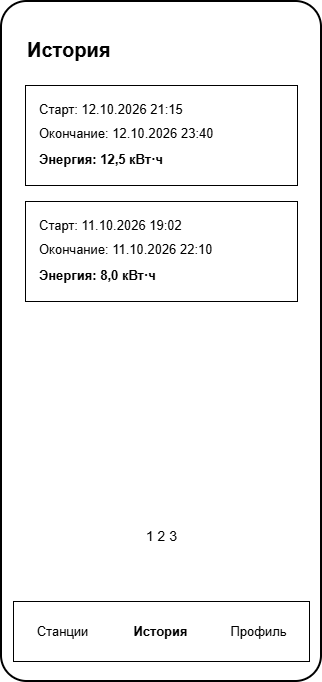
The draw.io diagram Диаграммы/История (2.9).png in PetrachkovArtem/diplom, before a commit. Source tidied: cells renumbered, new cells last; positions are measured from the earlier drawing's top-left corner, leaving out a move shared by most shapes.
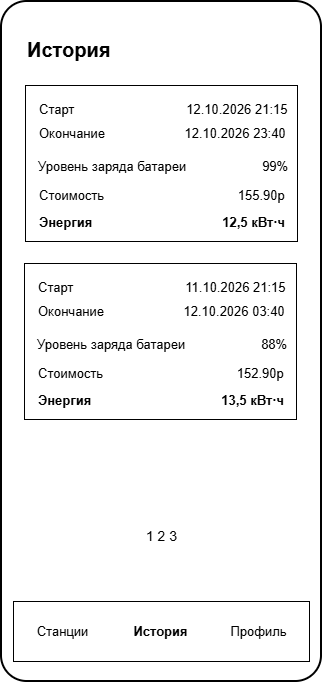
After the change.

The edit, as a diff of the source:
```diff
@@ -9,29 +9,17 @@
       <mxGeometry x="24" y="30" width="272" height="36" as="geometry" />
     </mxCell>
     <mxCell id="4" style="rounded=0;whiteSpace=wrap;html=1;fillColor=#ffffff;strokeColor=#000000;" parent="1" vertex="1">
-      <mxGeometry x="24" y="84" width="272" height="100" as="geometry" />
+      <mxGeometry x="24" y="84" width="272" height="156" as="geometry" />
     </mxCell>
-    <mxCell id="5" value="Старт: 12.10.2026 21:15" style="text;html=1;align=left;fontSize=13;" parent="1" vertex="1">
+    <mxCell id="5" value="Старт&amp;nbsp; &amp;nbsp; &amp;nbsp; &amp;nbsp; &amp;nbsp; &amp;nbsp; &amp;nbsp; &amp;nbsp; &amp;nbsp; &amp;nbsp; &amp;nbsp; &amp;nbsp; &amp;nbsp; &amp;nbsp; &amp;nbsp; &amp;nbsp;12.10.2026 21:15" style="text;html=1;align=left;fontSize=13;" parent="1" vertex="1">
       <mxGeometry x="36" y="94" width="248" height="22" as="geometry" />
     </mxCell>
-    <mxCell id="6" value="Окончание: 12.10.2026 23:40" style="text;html=1;align=left;fontSize=13;" parent="1" vertex="1">
+    <mxCell id="6" value="Окончание&amp;nbsp; &amp;nbsp; &amp;nbsp; &amp;nbsp; &amp;nbsp; &amp;nbsp; &amp;nbsp; &amp;nbsp; &amp;nbsp; &amp;nbsp; &amp;nbsp; 12.10.2026 23:40" style="text;html=1;align=left;fontSize=13;" parent="1" vertex="1">
       <mxGeometry x="36" y="118" width="248" height="22" as="geometry" />
     </mxCell>
-    <mxCell id="7" value="Энергия: 12,5 кВт·ч" style="text;html=1;align=left;fontSize=13;fontStyle=1;" parent="1" vertex="1">
-      <mxGeometry x="36" y="144" width="248" height="22" as="geometry" />
+    <mxCell id="7" value="Энергия&amp;nbsp; &amp;nbsp; &amp;nbsp; &amp;nbsp; &amp;nbsp; &amp;nbsp; &amp;nbsp; &amp;nbsp; &amp;nbsp; &amp;nbsp; &amp;nbsp; &amp;nbsp; &amp;nbsp; &amp;nbsp; &amp;nbsp; &amp;nbsp; &amp;nbsp; &amp;nbsp; 12,5 кВт·ч" style="text;html=1;align=left;fontSize=13;fontStyle=1;" parent="1" vertex="1">
+      <mxGeometry x="36" y="207" width="248" height="22" as="geometry" />
     </mxCell>
-    <mxCell id="8" style="rounded=0;whiteSpace=wrap;html=1;fillColor=#ffffff;strokeColor=#000000;" parent="1" vertex="1">
-      <mxGeometry x="24" y="200" width="272" height="100" as="geometry" />
-    </mxCell>
-    <mxCell id="9" value="Старт: 11.10.2026 19:02" style="text;html=1;align=left;fontSize=13;" parent="1" vertex="1">
-      <mxGeometry x="36" y="210" width="248" height="22" as="geometry" />
-    </mxCell>
-    <mxCell id="10" value="Окончание: 11.10.2026 22:10" style="text;html=1;align=left;fontSize=13;" parent="1" vertex="1">
-      <mxGeometry x="36" y="234" width="248" height="22" as="geometry" />
-    </mxCell>
-    <mxCell id="11" value="Энергия: 8,0 кВт·ч" style="text;html=1;align=left;fontSize=13;fontStyle=1;" parent="1" vertex="1">
-      <mxGeometry x="36" y="260" width="248" height="22" as="geometry" />
-    </mxCell>
     <mxCell id="12" value="1    2    3" style="text;html=1;align=center;fontSize=14;" parent="1" vertex="1">
       <mxGeometry x="24" y="520" width="272" height="28" as="geometry" />
     </mxCell>
@@ -47,5 +35,29 @@
     <mxCell id="16" value="Профиль" style="text;html=1;align=center;fontSize=13;" parent="1" vertex="1">
       <mxGeometry x="208" y="616" width="98" height="28" as="geometry" />
     </mxCell>
+    <mxCell id="17" value="Уровень заряда батареи&amp;nbsp; &amp;nbsp; &amp;nbsp; &amp;nbsp; &amp;nbsp; &amp;nbsp; &amp;nbsp; &amp;nbsp; &amp;nbsp; &amp;nbsp; &amp;nbsp;99%" style="text;html=1;align=left;fontSize=13;" parent="1" vertex="1">
+      <mxGeometry x="35" y="151" width="248" height="22" as="geometry" />
+    </mxCell>
+    <mxCell id="18" value="Стоимость&amp;nbsp; &amp;nbsp; &amp;nbsp; &amp;nbsp; &amp;nbsp; &amp;nbsp; &amp;nbsp; &amp;nbsp; &amp;nbsp; &amp;nbsp; &amp;nbsp; &amp;nbsp; &amp;nbsp; &amp;nbsp; &amp;nbsp; &amp;nbsp; &amp;nbsp; &amp;nbsp; &amp;nbsp;155.90р" style="text;html=1;align=left;fontSize=13;" parent="1" vertex="1">
+      <mxGeometry x="36" y="180" width="248" height="22" as="geometry" />
+    </mxCell>
+    <mxCell id="19" style="rounded=0;whiteSpace=wrap;html=1;fillColor=#ffffff;strokeColor=#000000;" parent="1" vertex="1">
+      <mxGeometry x="23" y="262" width="272" height="156" as="geometry" />
+    </mxCell>
+    <mxCell id="20" value="Старт&amp;nbsp; &amp;nbsp; &amp;nbsp; &amp;nbsp; &amp;nbsp; &amp;nbsp; &amp;nbsp; &amp;nbsp; &amp;nbsp; &amp;nbsp; &amp;nbsp; &amp;nbsp; &amp;nbsp; &amp;nbsp; &amp;nbsp; &amp;nbsp;11.10.2026 21:15" style="text;html=1;align=left;fontSize=13;" parent="1" vertex="1">
+      <mxGeometry x="35" y="272" width="248" height="22" as="geometry" />
+    </mxCell>
+    <mxCell id="21" value="Окончание&amp;nbsp; &amp;nbsp; &amp;nbsp; &amp;nbsp; &amp;nbsp; &amp;nbsp; &amp;nbsp; &amp;nbsp; &amp;nbsp; &amp;nbsp; &amp;nbsp; 12.10.2026 03:40" style="text;html=1;align=left;fontSize=13;" parent="1" vertex="1">
+      <mxGeometry x="35" y="296" width="248" height="22" as="geometry" />
+    </mxCell>
+    <mxCell id="22" value="Энергия&amp;nbsp; &amp;nbsp; &amp;nbsp; &amp;nbsp; &amp;nbsp; &amp;nbsp; &amp;nbsp; &amp;nbsp; &amp;nbsp; &amp;nbsp; &amp;nbsp; &amp;nbsp; &amp;nbsp; &amp;nbsp; &amp;nbsp; &amp;nbsp; &amp;nbsp; &amp;nbsp; 13,5 кВт·ч" style="text;html=1;align=left;fontSize=13;fontStyle=1;" parent="1" vertex="1">
+      <mxGeometry x="35" y="385" width="248" height="22" as="geometry" />
+    </mxCell>
+    <mxCell id="23" value="Уровень заряда батареи&amp;nbsp; &amp;nbsp; &amp;nbsp; &amp;nbsp; &amp;nbsp; &amp;nbsp; &amp;nbsp; &amp;nbsp; &amp;nbsp; &amp;nbsp; &amp;nbsp;88%" style="text;html=1;align=left;fontSize=13;" parent="1" vertex="1">
+      <mxGeometry x="34" y="329" width="248" height="22" as="geometry" />
+    </mxCell>
+    <mxCell id="24" value="Стоимость&amp;nbsp; &amp;nbsp; &amp;nbsp; &amp;nbsp; &amp;nbsp; &amp;nbsp; &amp;nbsp; &amp;nbsp; &amp;nbsp; &amp;nbsp; &amp;nbsp; &amp;nbsp; &amp;nbsp; &amp;nbsp; &amp;nbsp; &amp;nbsp; &amp;nbsp; &amp;nbsp; &amp;nbsp;152.90р" style="text;html=1;align=left;fontSize=13;" parent="1" vertex="1">
+      <mxGeometry x="35" y="358" width="248" height="22" as="geometry" />
+    </mxCell>
   </root>
 </mxGraphModel>
```
